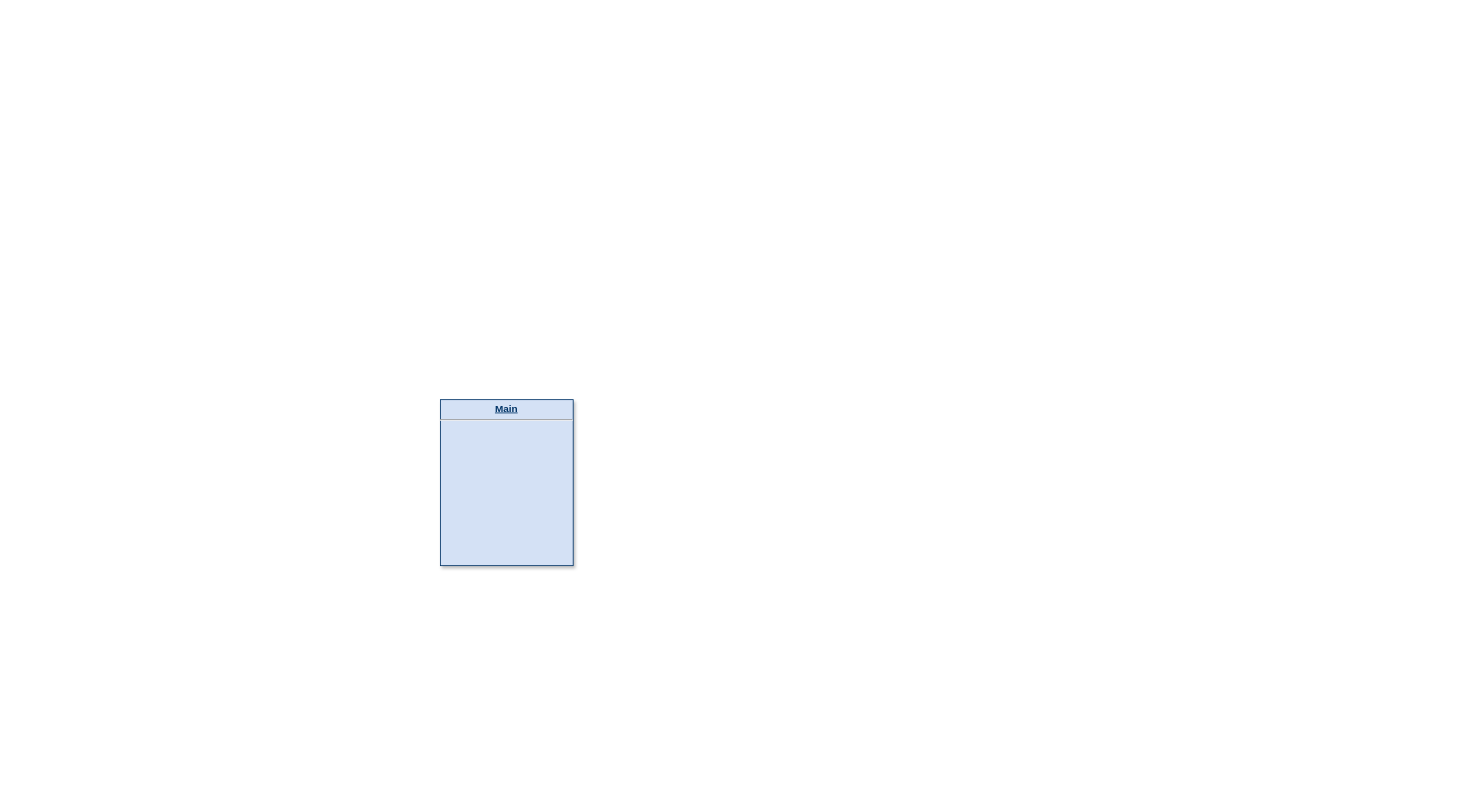
Before: code/diagrams/finite_element_code.drawio in n-claes/legolas, a draw.io diagram. Source tidied: cells renumbered, new cells numbered last; positions are measured from the earlier drawing's top-left corner, leaving out a move shared by most shapes. Both pictures are drawn from the tidied source at 83%, with x=0, y=0 at pixel (440, 399).
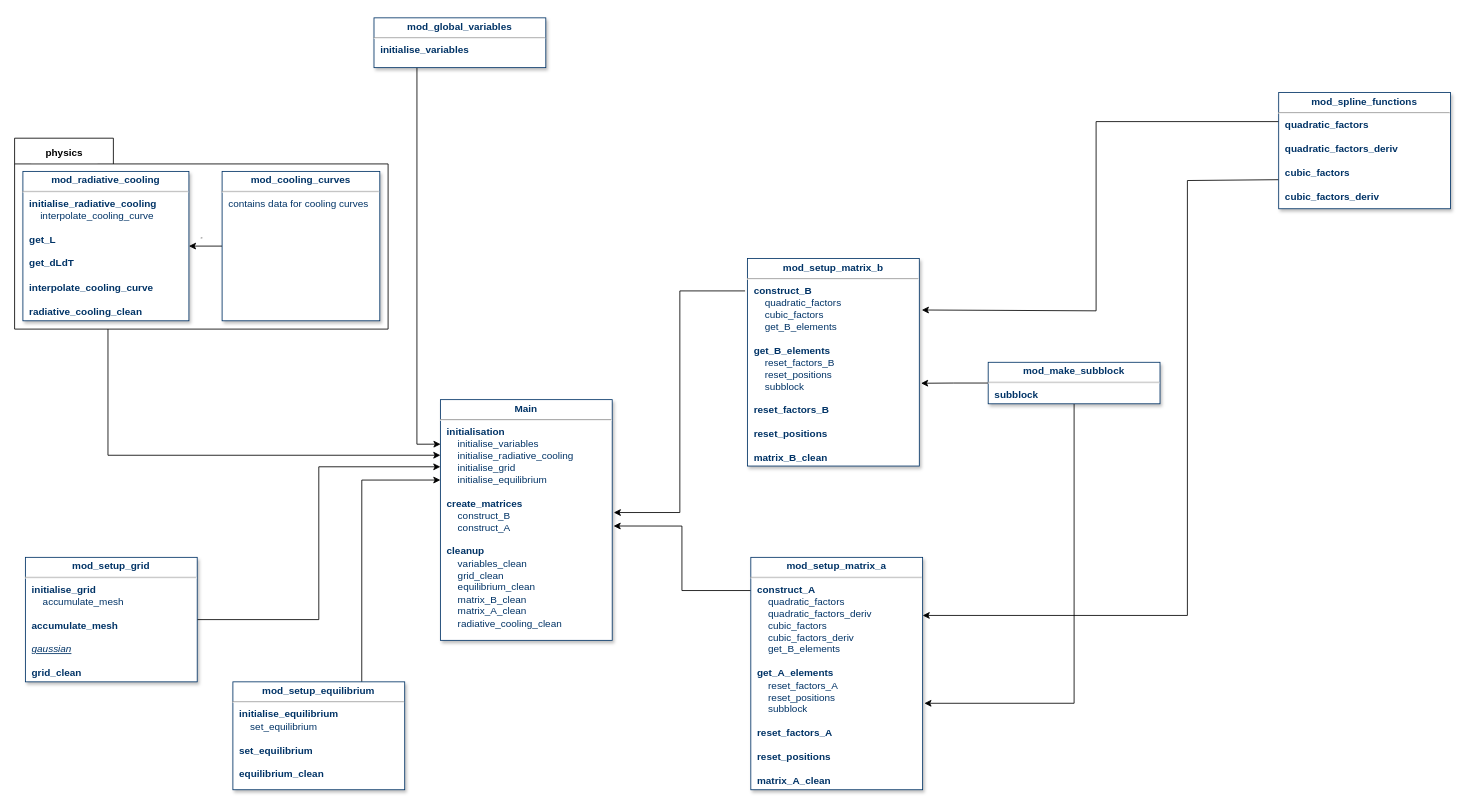
Above is the later version.

Change to the diagram source:
```diff
@@
+    <mxCell id="3" style="edgeStyle=orthogonalEdgeStyle;rounded=0;jettySize=auto;html=1;entryX=0;entryY=0.279;entryDx=0;entryDy=0;entryPerimeter=0;" parent="1" edge="1" source="14" target="2">
+      <mxGeometry relative="1" as="geometry" />
+    </mxCell>
+    <mxCell id="4" style="edgeStyle=orthogonalEdgeStyle;rounded=0;jettySize=auto;html=1;entryX=0;entryY=0.334;entryDx=0;entryDy=0;exitX=0.75;exitY=0;exitDx=0;exitDy=0;entryPerimeter=0;" parent="1" edge="1" source="15" target="2">
+      <mxGeometry relative="1" as="geometry" />
+    </mxCell>
+    <mxCell id="5" style="edgeStyle=orthogonalEdgeStyle;rounded=0;jettySize=auto;html=1;exitX=-0.014;exitY=0.156;exitDx=0;exitDy=0;exitPerimeter=0;entryX=1.009;entryY=0.469;entryDx=0;entryDy=0;entryPerimeter=0;" parent="1" edge="1" source="17" target="2">
+      <mxGeometry relative="1" as="geometry" />
+    </mxCell>
-    <mxCell id="2" value="&lt;p style=&quot;margin: 0px ; margin-top: 4px ; text-align: center ; text-decoration: underline&quot;&gt;&lt;strong&gt;Main&lt;/strong&gt;&lt;/p&gt;&lt;hr&gt;&lt;p style=&quot;margin: 0px ; margin-left: 8px&quot;&gt;&lt;br&gt;&lt;/p&gt;" style="verticalAlign=top;align=left;overflow=fill;fontSize=12;fontFamily=Helvetica;html=1;strokeColor=#003366;shadow=1;fillColor=#D4E1F5;fontColor=#003366;" parent="1" vertex="1">
-      <mxGeometry x="0.1" width="160" height="200" as="geometry" />
+    <mxCell id="2" value="&lt;p style=&quot;margin: 4px 0px 0px ; text-align: center&quot;&gt;&lt;strong&gt;Main&lt;/strong&gt;&lt;/p&gt;&lt;hr&gt;&lt;p style=&quot;margin: 0px ; margin-left: 8px&quot;&gt;&lt;b&gt;initialisation&lt;/b&gt;&lt;/p&gt;&lt;p style=&quot;margin: 0px ; margin-left: 8px&quot;&gt;&amp;nbsp; &amp;nbsp; initialise_variables&lt;/p&gt;&lt;p style=&quot;margin: 0px ; margin-left: 8px&quot;&gt;&amp;nbsp; &amp;nbsp; initialise_radiative_cooling&lt;/p&gt;&lt;p style=&quot;margin: 0px ; margin-left: 8px&quot;&gt;&amp;nbsp; &amp;nbsp; initialise_grid&lt;/p&gt;&lt;p style=&quot;margin: 0px ; margin-left: 8px&quot;&gt;&amp;nbsp; &amp;nbsp; initialise_equilibrium&lt;/p&gt;&lt;p style=&quot;margin: 0px ; margin-left: 8px&quot;&gt;&lt;br&gt;&lt;/p&gt;&lt;p style=&quot;margin: 0px ; margin-left: 8px&quot;&gt;&lt;b&gt;create_matrices&lt;/b&gt;&lt;/p&gt;&lt;p style=&quot;margin: 0px ; margin-left: 8px&quot;&gt;&amp;nbsp; &amp;nbsp; construct_B&lt;/p&gt;&lt;p style=&quot;margin: 0px ; margin-left: 8px&quot;&gt;&amp;nbsp; &amp;nbsp; construct_A&lt;/p&gt;&lt;p style=&quot;margin: 0px ; margin-left: 8px&quot;&gt;&lt;br&gt;&lt;/p&gt;&lt;p style=&quot;margin: 0px ; margin-left: 8px&quot;&gt;&lt;b&gt;cleanup&lt;/b&gt;&lt;/p&gt;&lt;p style=&quot;margin: 0px ; margin-left: 8px&quot;&gt;&amp;nbsp; &amp;nbsp; variables_clean&lt;/p&gt;&lt;p style=&quot;margin: 0px ; margin-left: 8px&quot;&gt;&amp;nbsp; &amp;nbsp; grid_clean&lt;/p&gt;&lt;p style=&quot;margin: 0px ; margin-left: 8px&quot;&gt;&amp;nbsp; &amp;nbsp; equilibrium_clean&lt;/p&gt;&lt;p style=&quot;margin: 0px ; margin-left: 8px&quot;&gt;&amp;nbsp; &amp;nbsp; matrix_B_clean&lt;/p&gt;&lt;p style=&quot;margin: 0px ; margin-left: 8px&quot;&gt;&amp;nbsp; &amp;nbsp; matrix_A_clean&lt;/p&gt;&lt;p style=&quot;margin: 0px ; margin-left: 8px&quot;&gt;&amp;nbsp; &amp;nbsp; radiative_cooling_clean&lt;/p&gt;&lt;p style=&quot;margin: 0px ; margin-left: 8px&quot;&gt;&lt;br&gt;&lt;/p&gt;" style="verticalAlign=top;align=left;overflow=fill;fontSize=12;fontFamily=Helvetica;html=1;strokeColor=#003366;shadow=1;fillColor=#FFFFFF;fontColor=#003366;" parent="1" vertex="1">
+      <mxGeometry x="0.1" width="207" height="290" as="geometry" />
     </mxCell>
+    <mxCell id="6" style="edgeStyle=orthogonalEdgeStyle;rounded=0;jettySize=auto;html=1;exitX=0.25;exitY=1;exitDx=0;exitDy=0;entryX=0.001;entryY=0.185;entryDx=0;entryDy=0;entryPerimeter=0;" parent="1" edge="1" source="7" target="2">
+      <mxGeometry relative="1" as="geometry" />
+    </mxCell>
+    <mxCell id="7" value="&lt;p style=&quot;margin: 4px 0px 0px ; text-align: center&quot;&gt;&lt;b&gt;mod_global_variables&lt;/b&gt;&lt;/p&gt;&lt;hr&gt;&lt;p style=&quot;margin: 0px ; margin-left: 8px&quot;&gt;&lt;b&gt;initialise_variables&lt;/b&gt;&lt;/p&gt;&lt;p style=&quot;margin: 0px ; margin-left: 8px&quot;&gt;&lt;br&gt;&lt;/p&gt;" style="verticalAlign=top;align=left;overflow=fill;fontSize=12;fontFamily=Helvetica;html=1;strokeColor=#003366;shadow=1;fillColor=#FFFFFF;fontColor=#003366;" parent="1" vertex="1">
+      <mxGeometry x="-79.9" y="-460" width="207" height="60" as="geometry" />
+    </mxCell>
+    <mxCell id="8" style="group;" parent="1" vertex="1">
+      <mxGeometry x="-512.9" y="-315" width="450" height="230" as="geometry" />
+    </mxCell>
+    <mxCell id="9" value="&lt;hr id=&quot;null&quot;&gt;" style="shape=folder;fontStyle=1;spacingTop=10;tabWidth=119;tabHeight=31;tabPosition=left;html=1;fillColor=#FFFFFF;" parent="8" vertex="1">
+      <mxGeometry width="450" height="230" as="geometry" />
+    </mxCell>
+    <mxCell id="10" value="&lt;p style=&quot;margin: 4px 0px 0px ; text-align: center&quot;&gt;&lt;b&gt;mod_radiative_cooling&lt;/b&gt;&lt;/p&gt;&lt;hr&gt;&lt;p style=&quot;margin: 0px ; margin-left: 8px&quot;&gt;&lt;b&gt;initialise_radiative_cooling&lt;/b&gt;&lt;/p&gt;&lt;p style=&quot;margin: 0px ; margin-left: 8px&quot;&gt;&lt;b&gt;&amp;nbsp; &amp;nbsp; &lt;/b&gt;interpolate_cooling_curve&lt;/p&gt;&lt;p style=&quot;margin: 0px ; margin-left: 8px&quot;&gt;&lt;br&gt;&lt;/p&gt;&lt;p style=&quot;margin: 0px ; margin-left: 8px&quot;&gt;&lt;b&gt;get_L&lt;/b&gt;&lt;/p&gt;&lt;p style=&quot;margin: 0px ; margin-left: 8px&quot;&gt;&lt;b&gt;&lt;br&gt;&lt;/b&gt;&lt;/p&gt;&lt;p style=&quot;margin: 0px ; margin-left: 8px&quot;&gt;&lt;b&gt;get_dLdT&lt;/b&gt;&lt;/p&gt;&lt;p style=&quot;margin: 0px ; margin-left: 8px&quot;&gt;&lt;b&gt;&lt;br&gt;&lt;/b&gt;&lt;/p&gt;&lt;p style=&quot;margin: 0px ; margin-left: 8px&quot;&gt;&lt;b&gt;interpolate_cooling_curve&lt;/b&gt;&lt;/p&gt;&lt;p style=&quot;margin: 0px ; margin-left: 8px&quot;&gt;&lt;b&gt;&lt;br&gt;&lt;/b&gt;&lt;/p&gt;&lt;p style=&quot;margin: 0px ; margin-left: 8px&quot;&gt;&lt;b&gt;radiative_cooling_clean&lt;/b&gt;&lt;/p&gt;&lt;p style=&quot;margin: 0px ; margin-left: 8px&quot;&gt;&lt;br&gt;&lt;/p&gt;" style="verticalAlign=top;align=left;overflow=fill;fontSize=12;fontFamily=Helvetica;html=1;strokeColor=#003366;shadow=1;fillColor=#FFFFFF;fontColor=#003366;" parent="8" vertex="1">
+      <mxGeometry x="10" y="40" width="200" height="180" as="geometry" />
+    </mxCell>
+    <mxCell id="11" value="physics" style="text;align=center;fontStyle=1;verticalAlign=middle;spacingLeft=3;spacingRight=3;strokeColor=none;fillColor=#FFFFFF;" parent="8" vertex="1">
+      <mxGeometry x="20" y="4" width="80" height="26" as="geometry" />
+    </mxCell>
+    <mxCell id="12" style="edgeStyle=orthogonalEdgeStyle;rounded=0;jettySize=auto;html=1;" parent="8" edge="1" source="13" target="10">
+      <mxGeometry relative="1" as="geometry" />
+    </mxCell>
+    <mxCell id="13" value="&lt;p style=&quot;margin: 4px 0px 0px ; text-align: center&quot;&gt;&lt;b&gt;mod_cooling_curves&lt;/b&gt;&lt;/p&gt;&lt;hr&gt;&lt;p style=&quot;margin: 0px ; margin-left: 8px&quot;&gt;contains data for cooling curves&lt;/p&gt;&lt;p style=&quot;margin: 0px ; margin-left: 8px&quot;&gt;&lt;br&gt;&lt;/p&gt;" style="verticalAlign=top;align=left;overflow=fill;fontSize=12;fontFamily=Helvetica;html=1;strokeColor=#003366;shadow=1;fillColor=#FFFFFF;fontColor=#003366;" parent="8" vertex="1">
+      <mxGeometry x="250" y="40" width="190" height="180" as="geometry" />
+    </mxCell>
+    <mxCell id="14" value="&lt;p style=&quot;margin: 4px 0px 0px ; text-align: center&quot;&gt;&lt;b&gt;mod_setup_grid&lt;/b&gt;&lt;/p&gt;&lt;hr&gt;&lt;p style=&quot;margin: 0px ; margin-left: 8px&quot;&gt;&lt;b&gt;initialise_grid&lt;/b&gt;&lt;/p&gt;&lt;p style=&quot;margin: 0px ; margin-left: 8px&quot;&gt;&lt;i style=&quot;font-weight: bold&quot;&gt;&amp;nbsp; &amp;nbsp; &lt;/i&gt;accumulate_mesh&lt;/p&gt;&lt;p style=&quot;margin: 0px ; margin-left: 8px&quot;&gt;&lt;br&gt;&lt;/p&gt;&lt;p style=&quot;margin: 0px ; margin-left: 8px&quot;&gt;&lt;b&gt;accumulate_mesh&lt;/b&gt;&lt;/p&gt;&lt;p style=&quot;margin: 0px ; margin-left: 8px&quot;&gt;&lt;b&gt;&lt;br&gt;&lt;/b&gt;&lt;/p&gt;&lt;p style=&quot;margin: 0px ; margin-left: 8px&quot;&gt;&lt;i&gt;&lt;u&gt;gaussian&lt;/u&gt;&lt;/i&gt;&lt;/p&gt;&lt;p style=&quot;margin: 0px ; margin-left: 8px&quot;&gt;&lt;i&gt;&lt;u&gt;&lt;br&gt;&lt;/u&gt;&lt;/i&gt;&lt;/p&gt;&lt;p style=&quot;margin: 0px ; margin-left: 8px&quot;&gt;&lt;b&gt;grid_clean&lt;/b&gt;&lt;/p&gt;&lt;p style=&quot;margin: 0px ; margin-left: 8px&quot;&gt;&lt;br&gt;&lt;/p&gt;" style="verticalAlign=top;align=left;overflow=fill;fontSize=12;fontFamily=Helvetica;html=1;strokeColor=#003366;shadow=1;fillColor=#FFFFFF;fontColor=#003366;" parent="1" vertex="1">
+      <mxGeometry x="-499.9" y="190" width="207" height="150" as="geometry" />
+    </mxCell>
+    <mxCell id="15" value="&lt;p style=&quot;margin: 4px 0px 0px ; text-align: center&quot;&gt;&lt;b&gt;mod_setup_equilibrium&lt;/b&gt;&lt;/p&gt;&lt;hr&gt;&lt;p style=&quot;margin: 0px ; margin-left: 8px&quot;&gt;&lt;b&gt;initialise_equilibrium&lt;/b&gt;&lt;/p&gt;&lt;p style=&quot;margin: 0px ; margin-left: 8px&quot;&gt;&lt;b&gt;&amp;nbsp; &amp;nbsp; &lt;/b&gt;set_equilibrium&lt;/p&gt;&lt;p style=&quot;margin: 0px ; margin-left: 8px&quot;&gt;&lt;br&gt;&lt;/p&gt;&lt;p style=&quot;margin: 0px ; margin-left: 8px&quot;&gt;&lt;b&gt;set_equilibrium&lt;/b&gt;&lt;/p&gt;&lt;p style=&quot;margin: 0px ; margin-left: 8px&quot;&gt;&lt;b&gt;&lt;br&gt;&lt;/b&gt;&lt;/p&gt;&lt;p style=&quot;margin: 0px ; margin-left: 8px&quot;&gt;&lt;b&gt;equilibrium_clean&lt;/b&gt;&lt;/p&gt;" style="verticalAlign=top;align=left;overflow=fill;fontSize=12;fontFamily=Helvetica;html=1;strokeColor=#003366;shadow=1;fillColor=#FFFFFF;fontColor=#003366;" parent="1" vertex="1">
+      <mxGeometry x="-249.9" y="340" width="207" height="130" as="geometry" />
+    </mxCell>
+    <mxCell id="16" style="edgeStyle=orthogonalEdgeStyle;rounded=0;jettySize=auto;html=1;exitX=0;exitY=0.25;exitDx=0;exitDy=0;" parent="1" edge="1" source="19">
+      <mxGeometry relative="1" as="geometry">
+        <mxPoint x="580.1" y="-108" as="targetPoint" />
+        <Array as="points">
+          <mxPoint x="790.1" y="-335" />
+          <mxPoint x="790.1" y="-107" />
+        </Array>
+      </mxGeometry>
+    </mxCell>
+    <mxCell id="17" value="&lt;p style=&quot;margin: 4px 0px 0px ; text-align: center&quot;&gt;&lt;b&gt;mod_setup_matrix_b&lt;/b&gt;&lt;/p&gt;&lt;hr&gt;&lt;p style=&quot;margin: 0px ; margin-left: 8px&quot;&gt;&lt;b&gt;construct_B&lt;/b&gt;&lt;/p&gt;&lt;p style=&quot;margin: 0px ; margin-left: 8px&quot;&gt;&lt;b&gt;&amp;nbsp; &amp;nbsp; &lt;/b&gt;quadratic_factors&lt;/p&gt;&lt;p style=&quot;margin: 0px ; margin-left: 8px&quot;&gt;&amp;nbsp; &amp;nbsp; cubic_factors&lt;/p&gt;&lt;p style=&quot;margin: 0px ; margin-left: 8px&quot;&gt;&amp;nbsp; &amp;nbsp; get_B_elements&lt;/p&gt;&lt;p style=&quot;margin: 0px ; margin-left: 8px&quot;&gt;&lt;br&gt;&lt;/p&gt;&lt;p style=&quot;margin: 0px ; margin-left: 8px&quot;&gt;&lt;b&gt;get_B_elements&lt;/b&gt;&lt;/p&gt;&lt;p style=&quot;margin: 0px ; margin-left: 8px&quot;&gt;&amp;nbsp; &amp;nbsp; reset_factors_B&lt;/p&gt;&lt;p style=&quot;margin: 0px ; margin-left: 8px&quot;&gt;&amp;nbsp; &amp;nbsp; reset_positions&lt;/p&gt;&lt;p style=&quot;margin: 0px ; margin-left: 8px&quot;&gt;&amp;nbsp; &amp;nbsp; subblock&lt;/p&gt;&lt;p style=&quot;margin: 0px ; margin-left: 8px&quot;&gt;&lt;br&gt;&lt;/p&gt;&lt;p style=&quot;margin: 0px ; margin-left: 8px&quot;&gt;&lt;b&gt;reset_factors_B&lt;/b&gt;&lt;/p&gt;&lt;p style=&quot;margin: 0px ; margin-left: 8px&quot;&gt;&lt;b&gt;&lt;br&gt;&lt;/b&gt;&lt;/p&gt;&lt;p style=&quot;margin: 0px ; margin-left: 8px&quot;&gt;&lt;b&gt;reset_positions&lt;/b&gt;&lt;/p&gt;&lt;p style=&quot;margin: 0px ; margin-left: 8px&quot;&gt;&lt;b&gt;&lt;br&gt;&lt;/b&gt;&lt;/p&gt;&lt;p style=&quot;margin: 0px ; margin-left: 8px&quot;&gt;&lt;b&gt;matrix_B_clean&lt;/b&gt;&lt;/p&gt;&lt;p style=&quot;margin: 0px ; margin-left: 8px&quot;&gt;&lt;br&gt;&lt;/p&gt;" style="verticalAlign=top;align=left;overflow=fill;fontSize=12;fontFamily=Helvetica;html=1;strokeColor=#003366;shadow=1;fillColor=#FFFFFF;fontColor=#003366;" parent="1" vertex="1">
+      <mxGeometry x="370.1" y="-170" width="207" height="250" as="geometry" />
+    </mxCell>
+    <mxCell id="18" style="edgeStyle=orthogonalEdgeStyle;rounded=0;jettySize=auto;html=1;exitX=0;exitY=0.75;exitDx=0;exitDy=0;entryX=1;entryY=0.25;entryDx=0;entryDy=0;" parent="1" edge="1" source="19" target="24">
+      <mxGeometry relative="1" as="geometry">
+        <Array as="points">
+          <mxPoint x="900.1" y="-264" />
+          <mxPoint x="900.1" y="260" />
+        </Array>
+      </mxGeometry>
+    </mxCell>
+    <mxCell id="19" value="&lt;p style=&quot;margin: 4px 0px 0px ; text-align: center&quot;&gt;&lt;b&gt;mod_spline_functions&lt;/b&gt;&lt;/p&gt;&lt;hr&gt;&lt;p style=&quot;margin: 0px ; margin-left: 8px&quot;&gt;&lt;b&gt;quadratic_factors&lt;/b&gt;&lt;/p&gt;&lt;p style=&quot;margin: 0px ; margin-left: 8px&quot;&gt;&lt;b&gt;&lt;br&gt;&lt;/b&gt;&lt;/p&gt;&lt;p style=&quot;margin: 0px ; margin-left: 8px&quot;&gt;&lt;b&gt;quadratic_factors_deriv&lt;/b&gt;&lt;/p&gt;&lt;p style=&quot;margin: 0px ; margin-left: 8px&quot;&gt;&lt;b&gt;&lt;br&gt;&lt;/b&gt;&lt;/p&gt;&lt;p style=&quot;margin: 0px ; margin-left: 8px&quot;&gt;&lt;b&gt;cubic_factors&lt;/b&gt;&lt;/p&gt;&lt;p style=&quot;margin: 0px ; margin-left: 8px&quot;&gt;&lt;b&gt;&lt;br&gt;&lt;/b&gt;&lt;/p&gt;&lt;p style=&quot;margin: 0px ; margin-left: 8px&quot;&gt;&lt;b&gt;cubic_factors_deriv&lt;/b&gt;&lt;/p&gt;&lt;p style=&quot;margin: 0px ; margin-left: 8px&quot;&gt;&lt;b&gt;&lt;br&gt;&lt;/b&gt;&lt;/p&gt;" style="verticalAlign=top;align=left;overflow=fill;fontSize=12;fontFamily=Helvetica;html=1;strokeColor=#003366;shadow=1;fillColor=#FFFFFF;fontColor=#003366;" parent="1" vertex="1">
+      <mxGeometry x="1010.1" y="-370" width="207" height="140" as="geometry" />
+    </mxCell>
+    <mxCell id="20" style="edgeStyle=orthogonalEdgeStyle;rounded=0;jettySize=auto;html=1;entryX=1.01;entryY=0.601;entryDx=0;entryDy=0;entryPerimeter=0;" parent="1" edge="1" source="22" target="17">
+      <mxGeometry relative="1" as="geometry" />
+    </mxCell>
+    <mxCell id="21" style="edgeStyle=orthogonalEdgeStyle;rounded=0;jettySize=auto;html=1;exitX=0.5;exitY=1;exitDx=0;exitDy=0;entryX=1.01;entryY=0.628;entryDx=0;entryDy=0;entryPerimeter=0;" parent="1" edge="1" source="22" target="24">
+      <mxGeometry relative="1" as="geometry">
+        <Array as="points">
+          <mxPoint x="764.1" y="366" />
+        </Array>
+      </mxGeometry>
+    </mxCell>
+    <mxCell id="22" value="&lt;p style=&quot;margin: 4px 0px 0px ; text-align: center&quot;&gt;&lt;b&gt;mod_make_subblock&lt;/b&gt;&lt;/p&gt;&lt;hr&gt;&lt;p style=&quot;margin: 0px ; margin-left: 8px&quot;&gt;&lt;b&gt;subblock&lt;/b&gt;&lt;/p&gt;&lt;p style=&quot;margin: 0px ; margin-left: 8px&quot;&gt;&lt;br&gt;&lt;/p&gt;" style="verticalAlign=top;align=left;overflow=fill;fontSize=12;fontFamily=Helvetica;html=1;strokeColor=#003366;shadow=1;fillColor=#FFFFFF;fontColor=#003366;" parent="1" vertex="1">
+      <mxGeometry x="660.1" y="-45" width="207" height="50" as="geometry" />
+    </mxCell>
+    <mxCell id="23" style="edgeStyle=orthogonalEdgeStyle;rounded=0;jettySize=auto;html=1;entryX=1.008;entryY=0.525;entryDx=0;entryDy=0;entryPerimeter=0;" parent="1" edge="1" source="24" target="2">
+      <mxGeometry relative="1" as="geometry">
+        <Array as="points">
+          <mxPoint x="291.1" y="230" />
+          <mxPoint x="291.1" y="152" />
+        </Array>
+      </mxGeometry>
+    </mxCell>
+    <mxCell id="24" value="&lt;p style=&quot;margin: 4px 0px 0px ; text-align: center&quot;&gt;&lt;b&gt;mod_setup_matrix_a&lt;/b&gt;&lt;/p&gt;&lt;hr&gt;&lt;p style=&quot;margin: 0px ; margin-left: 8px&quot;&gt;&lt;b&gt;construct_A&lt;/b&gt;&lt;/p&gt;&lt;p style=&quot;margin: 0px ; margin-left: 8px&quot;&gt;&lt;b&gt;&amp;nbsp; &amp;nbsp; &lt;/b&gt;quadratic_factors&lt;/p&gt;&lt;p style=&quot;margin: 0px ; margin-left: 8px&quot;&gt;&amp;nbsp; &amp;nbsp; quadratic_factors_deriv&lt;/p&gt;&lt;p style=&quot;margin: 0px ; margin-left: 8px&quot;&gt;&amp;nbsp; &amp;nbsp; cubic_factors&lt;/p&gt;&lt;p style=&quot;margin: 0px ; margin-left: 8px&quot;&gt;&amp;nbsp; &amp;nbsp; cubic_factors_deriv&lt;/p&gt;&lt;p style=&quot;margin: 0px ; margin-left: 8px&quot;&gt;&amp;nbsp; &amp;nbsp; get_B_elements&lt;/p&gt;&lt;p style=&quot;margin: 0px ; margin-left: 8px&quot;&gt;&lt;br&gt;&lt;/p&gt;&lt;p style=&quot;margin: 0px ; margin-left: 8px&quot;&gt;&lt;b&gt;get_A_elements&lt;/b&gt;&lt;/p&gt;&lt;p style=&quot;margin: 0px ; margin-left: 8px&quot;&gt;&amp;nbsp; &amp;nbsp; reset_factors_A&lt;/p&gt;&lt;p style=&quot;margin: 0px ; margin-left: 8px&quot;&gt;&amp;nbsp; &amp;nbsp; reset_positions&lt;/p&gt;&lt;p style=&quot;margin: 0px ; margin-left: 8px&quot;&gt;&amp;nbsp; &amp;nbsp; subblock&lt;/p&gt;&lt;p style=&quot;margin: 0px ; margin-left: 8px&quot;&gt;&lt;br&gt;&lt;/p&gt;&lt;p style=&quot;margin: 0px ; margin-left: 8px&quot;&gt;&lt;b&gt;reset_factors_A&lt;/b&gt;&lt;/p&gt;&lt;p style=&quot;margin: 0px ; margin-left: 8px&quot;&gt;&lt;b&gt;&lt;br&gt;&lt;/b&gt;&lt;/p&gt;&lt;p style=&quot;margin: 0px ; margin-left: 8px&quot;&gt;&lt;b&gt;reset_positions&lt;/b&gt;&lt;/p&gt;&lt;p style=&quot;margin: 0px ; margin-left: 8px&quot;&gt;&lt;b&gt;&lt;br&gt;&lt;/b&gt;&lt;/p&gt;&lt;p style=&quot;margin: 0px ; margin-left: 8px&quot;&gt;&lt;b&gt;matrix_A_clean&lt;/b&gt;&lt;/p&gt;&lt;p style=&quot;margin: 0px ; margin-left: 8px&quot;&gt;&lt;br&gt;&lt;/p&gt;" style="verticalAlign=top;align=left;overflow=fill;fontSize=12;fontFamily=Helvetica;html=1;strokeColor=#003366;shadow=1;fillColor=#FFFFFF;fontColor=#003366;" parent="1" vertex="1">
+      <mxGeometry x="374.1" y="190" width="207" height="280" as="geometry" />
+    </mxCell>
+    <mxCell id="25" style="edgeStyle=orthogonalEdgeStyle;rounded=0;jettySize=auto;html=1;exitX=0.25;exitY=1;exitDx=0;exitDy=0;exitPerimeter=0;entryX=0;entryY=0.231;entryDx=0;entryDy=0;entryPerimeter=0;" parent="1" edge="1" source="9" target="2">
+      <mxGeometry relative="1" as="geometry">
+        <Array as="points">
+          <mxPoint x="-399.9" y="67" />
+        </Array>
+      </mxGeometry>
+    </mxCell>
```
